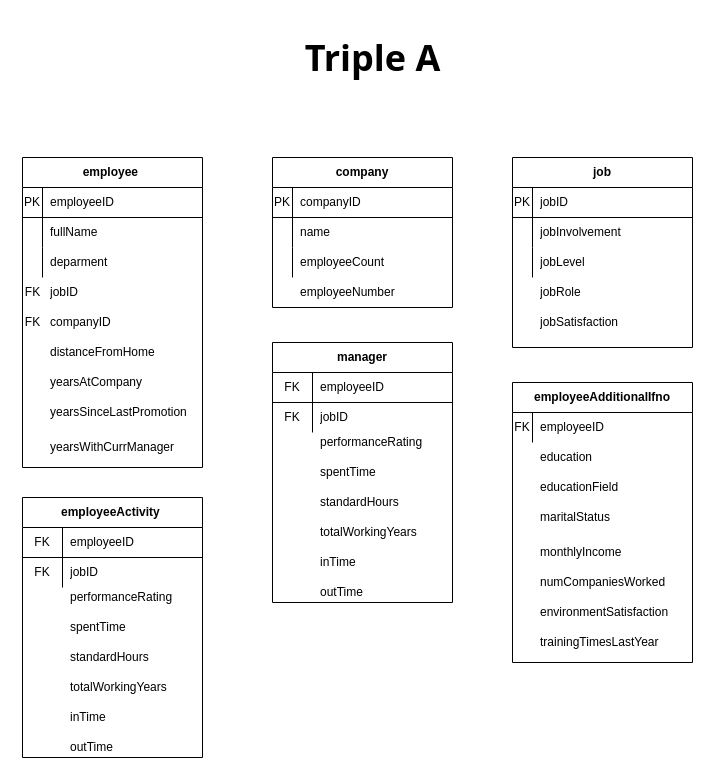
The draw.io diagram data/ActivMonitoring.drawio in s3rikbaeva/Activ-monitoring, before the edit. Source tidied: cells renumbered, new cells numbered last; positions are measured from the earlier drawing's top-left corner, leaving out a move shared by most shapes. Both pictures are drawn from the tidied source at 100%, with x=0, y=0 at pixel (17, 17).
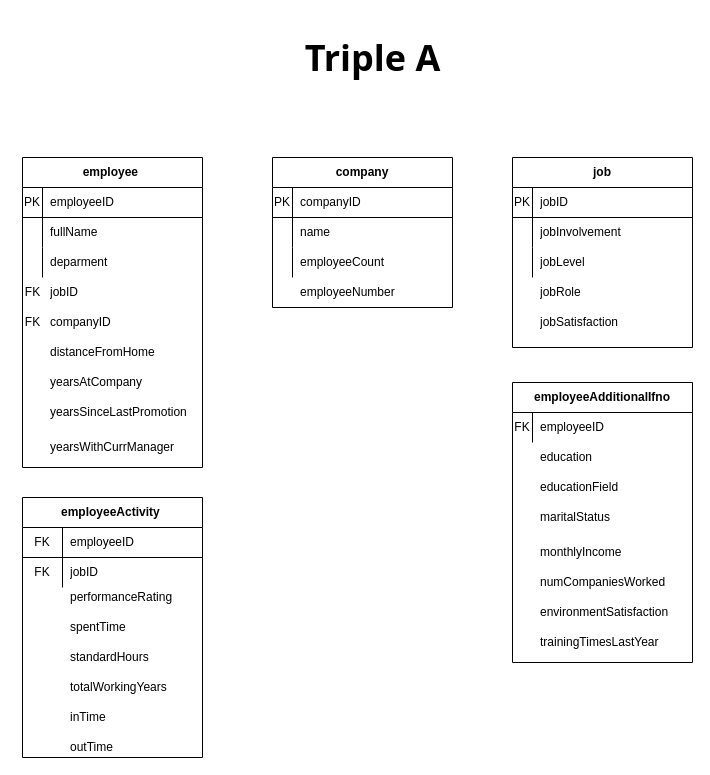
After the change.

The edit, as a diff of the source:
```diff
@@
-    <mxCell id="73" value="performanceRating" style="shape=partialRectangle;html=1;whiteSpace=wrap;fillColor=none;top=0;left=0;bottom=0;right=0;align=left;spacingLeft=6;overflow=hidden;" parent="1" vertex="1">
-      <mxGeometry x="295" y="415" width="160" height="20" as="geometry" />
-    </mxCell>
-    <mxCell id="74" value="standardHours" style="shape=partialRectangle;html=1;whiteSpace=wrap;fillColor=none;top=0;left=0;bottom=0;right=0;align=left;spacingLeft=6;overflow=hidden;" parent="1" vertex="1">
-      <mxGeometry x="295" y="475" width="160" height="20" as="geometry" />
-    </mxCell>
-    <mxCell id="75" value="totalWorkingYears" style="shape=partialRectangle;html=1;whiteSpace=wrap;fillColor=none;top=0;left=0;bottom=0;right=0;align=left;spacingLeft=6;overflow=hidden;" parent="1" vertex="1">
-      <mxGeometry x="295" y="505" width="160" height="20" as="geometry" />
-    </mxCell>
-    <mxCell id="76" value="manager" style="shape=table;html=1;whiteSpace=wrap;startSize=30;childLayout=tableLayout;rowLines=0;fontStyle=1;align=center;" parent="1" vertex="1">
-      <mxGeometry x="255" y="325" width="180" height="260" as="geometry" />
-    </mxCell>
-    <mxCell id="77" style="shape=partialRectangle;html=1;whiteSpace=wrap;fillColor=none;top=0;left=0;bottom=1;right=0;" parent="76" vertex="1">
-      <mxGeometry y="30" width="180" height="30" as="geometry" />
-    </mxCell>
-    <mxCell id="78" value="FK" style="shape=partialRectangle;html=1;whiteSpace=wrap;fillColor=none;top=0;left=0;bottom=0;right=0;overflow=hidden;" parent="77" vertex="1">
-      <mxGeometry width="40" height="30" as="geometry" />
-    </mxCell>
-    <mxCell id="79" value="employeeID" style="shape=partialRectangle;html=1;whiteSpace=wrap;fillColor=none;top=0;left=0;bottom=0;right=0;align=left;spacingLeft=6;overflow=hidden;" parent="77" vertex="1">
-      <mxGeometry x="40" width="140" height="30" as="geometry" />
-    </mxCell>
-    <mxCell id="80" style="shape=partialRectangle;html=1;whiteSpace=wrap;fillColor=none;top=0;left=0;bottom=0;right=0;" parent="76" vertex="1">
-      <mxGeometry y="60" width="180" height="30" as="geometry" />
-    </mxCell>
-    <mxCell id="81" value="FK" style="shape=partialRectangle;html=1;whiteSpace=wrap;fillColor=none;top=0;left=0;bottom=0;right=0;overflow=hidden;" parent="80" vertex="1">
-      <mxGeometry width="40" height="30" as="geometry" />
-    </mxCell>
-    <mxCell id="82" value="jobID" style="shape=partialRectangle;html=1;whiteSpace=wrap;fillColor=none;top=0;left=0;bottom=0;right=0;align=left;spacingLeft=6;overflow=hidden;" parent="80" vertex="1">
-      <mxGeometry x="40" width="140" height="30" as="geometry" />
-    </mxCell>
-    <mxCell id="83" value="spentTime" style="shape=partialRectangle;html=1;whiteSpace=wrap;fillColor=none;top=0;left=0;bottom=0;right=0;align=left;spacingLeft=6;overflow=hidden;" parent="1" vertex="1">
-      <mxGeometry x="295" y="445" width="160" height="20" as="geometry" />
-    </mxCell>
-    <mxCell id="84" value="inTime" style="shape=partialRectangle;html=1;whiteSpace=wrap;fillColor=none;top=0;left=0;bottom=0;right=0;align=left;spacingLeft=6;overflow=hidden;" parent="1" vertex="1">
-      <mxGeometry x="295" y="535" width="160" height="20" as="geometry" />
-    </mxCell>
-    <mxCell id="85" value="outTime" style="shape=partialRectangle;html=1;whiteSpace=wrap;fillColor=none;top=0;left=0;bottom=0;right=0;align=left;spacingLeft=6;overflow=hidden;" parent="1" vertex="1">
-      <mxGeometry x="295" y="565" width="160" height="20" as="geometry" />
-    </mxCell>
```
